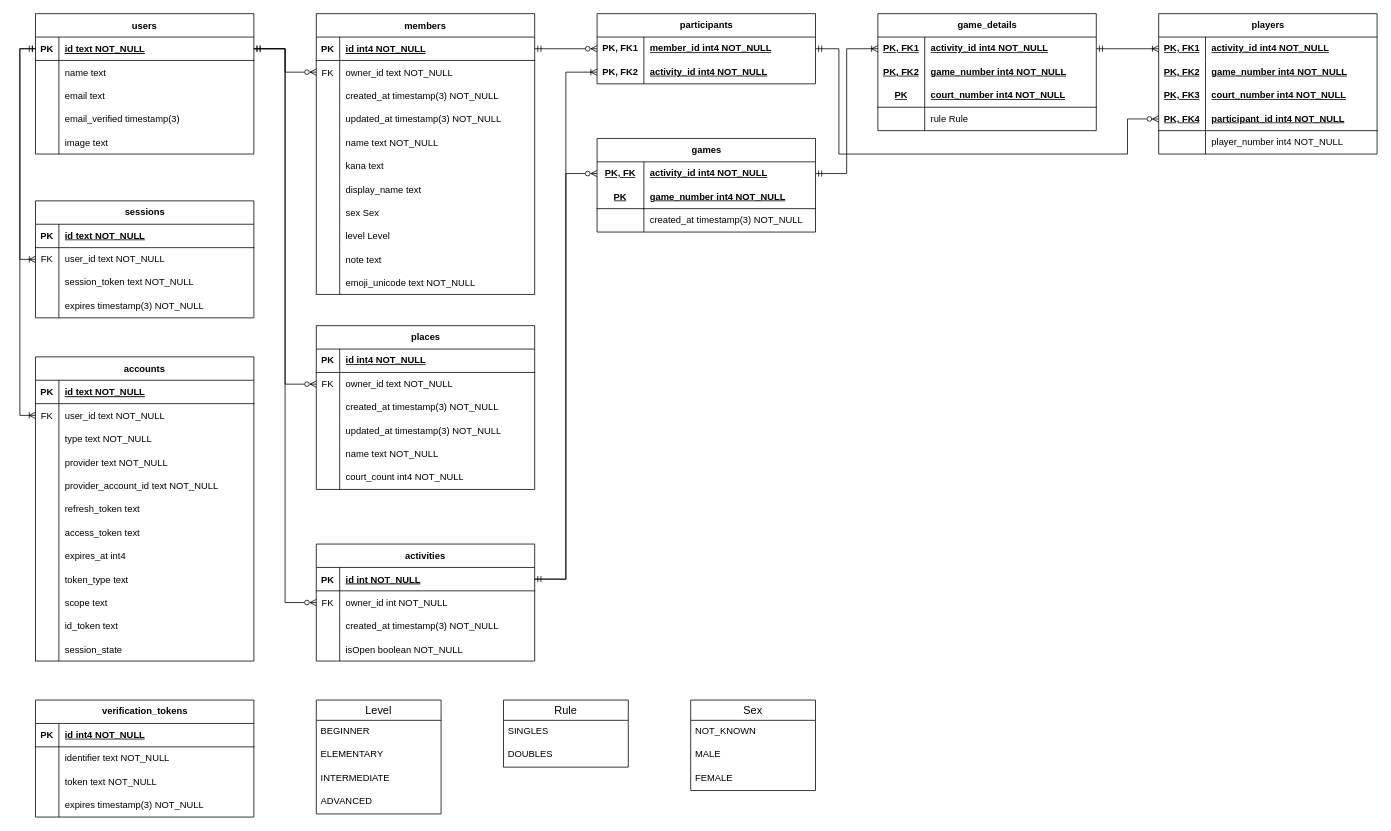
The draw.io diagram docs/erd.drawio in yuki-yamamura/bubble-pairs, before the edit. Source tidied: cells renumbered, new cells numbered last; positions are measured from the earlier drawing's top-left corner, leaving out a move shared by most shapes. Both pictures are drawn from the tidied source at 78%, with x=0, y=0 at pixel (35, 13).
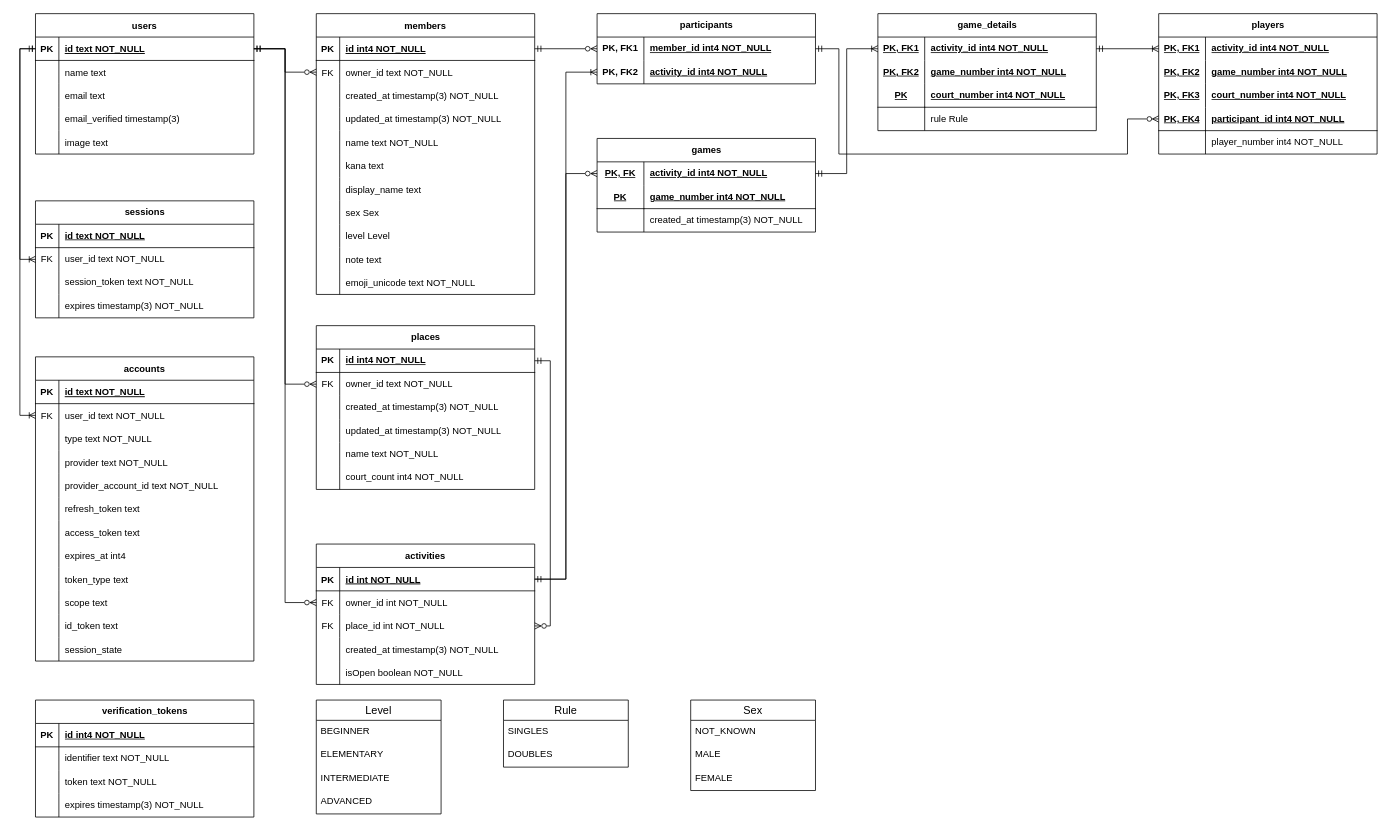
After the change.

Commit message (it also covers changes not shown here):
fix: add missing relationship between activity and place

Unchanged cells that the change refers to:
```xml
<mxCell id="66" style="shape=tableRow;horizontal=0;startSize=0;swimlaneHead=0;swimlaneBody=0;fillColor=none;points=[[0,0.5],[1,0.5]];portConstraint=eastwest;top=0;left=0;right=0;bottom=1;" parent="65" vertex="1">
  <mxGeometry y="30" width="280" height="30" as="geometry" />
</mxCell>
```

The edit, as a diff of the source:
```diff
@@
     <mxCell id="36" value="activities" style="shape=table;startSize=30;childLayout=tableLayout;rowLines=0;fontStyle=1;align=center;" parent="1" vertex="1">
-      <mxGeometry x="360" y="680" width="280" height="150" as="geometry" />
+      <mxGeometry x="360" y="680" width="280" height="180" as="geometry" />
     </mxCell>
@@
+    <mxCell id="216" style="shape=partialRectangle;fillColor=none;points=[[0,0.5],[1,0.5]];portConstraint=eastwest;top=0;left=0;right=0;bottom=0;" parent="36" vertex="1">
+      <mxGeometry y="90" width="280" height="30" as="geometry" />
+    </mxCell>
+    <mxCell id="217" value="FK" style="shape=partialRectangle;overflow=hidden;fillColor=none;top=0;left=0;bottom=0;right=0;" parent="216" vertex="1">
+      <mxGeometry width="30" height="30" as="geometry" />
+    </mxCell>
+    <mxCell id="218" value="place_id int NOT_NULL" style="shape=partialRectangle;overflow=hidden;fillColor=none;top=0;left=0;bottom=0;right=0;align=left;spacingLeft=6;" parent="216" vertex="1">
+      <mxGeometry x="30" width="250" height="30" as="geometry" />
+    </mxCell>
     <mxCell id="43" style="shape=partialRectangle;fillColor=none;top=0;left=0;right=0;bottom=0;" parent="36" vertex="1">
-      <mxGeometry y="90" width="280" height="30" as="geometry" />
+      <mxGeometry y="120" width="280" height="30" as="geometry" />
     </mxCell>
@@
     <mxCell id="46" style="shape=partialRectangle;fillColor=none;top=0;left=0;right=0;bottom=0;" parent="36" vertex="1">
-      <mxGeometry y="120" width="280" height="30" as="geometry" />
+      <mxGeometry y="150" width="280" height="30" as="geometry" />
     </mxCell>
@@
+    <mxCell id="219" style="edgeStyle=orthogonalEdgeStyle;rounded=0;jettySize=auto;html=1;exitX=1;exitY=0.5;exitDx=0;exitDy=0;entryX=1;entryY=0.5;entryDx=0;entryDy=0;startArrow=ERmandOne;startFill=0;endArrow=ERzeroToMany;endFill=0;" parent="1" edge="1" source="66" target="216">
+      <mxGeometry relative="1" as="geometry" />
+    </mxCell>
```
